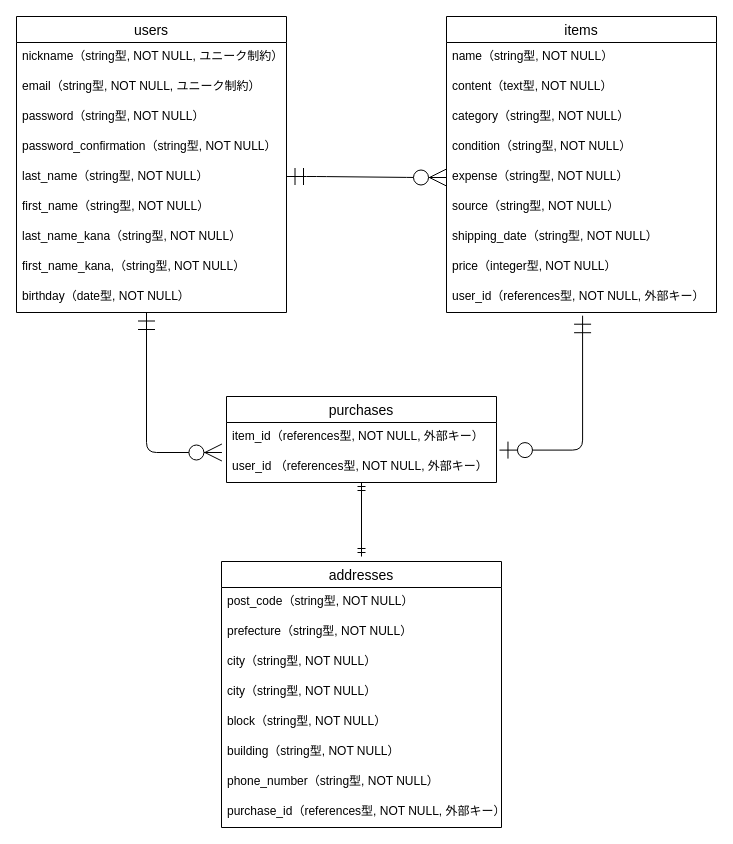
Before: ER.dio in Kota-A-179/furima-41475, a draw.io diagram. Source tidied: cells renumbered, new cells numbered last; positions are measured from the earlier drawing's top-left corner, leaving out a move shared by most shapes. Both pictures are drawn from the tidied source at 100%, with x=0, y=0 at pixel (16, 16).
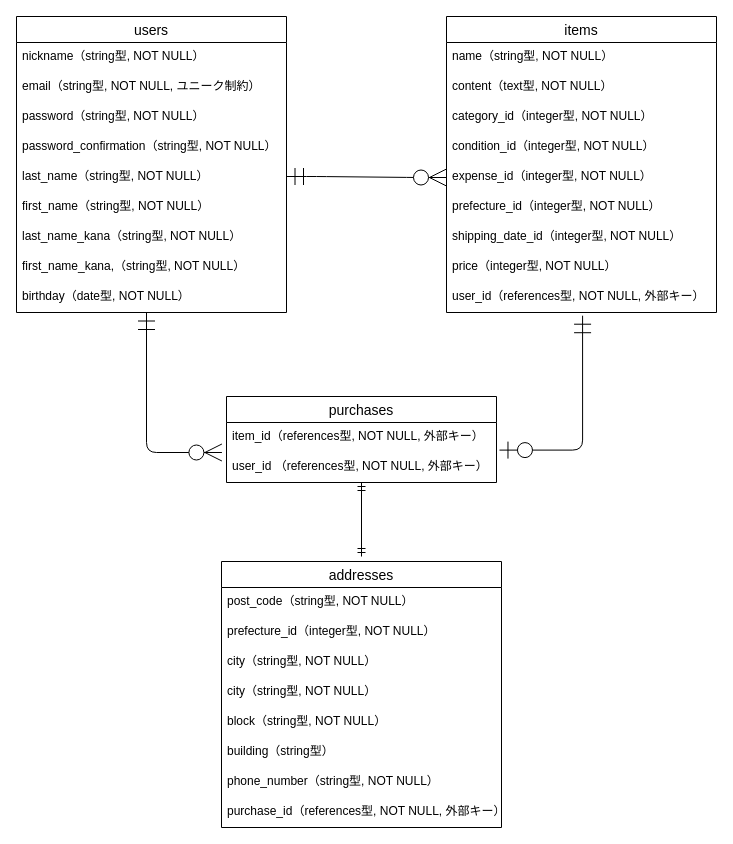
After the change.

Unchanged cells that the change refers to:
```xml
<mxCell id="2" value="users" style="swimlane;fontStyle=0;horizontal=1;startSize=26;align=center;fontSize=14;" parent="1" vertex="1">
  <mxGeometry width="270" height="296" as="geometry" />
</mxCell>
<mxCell id="13" value="items" style="swimlane;fontStyle=0;horizontal=1;startSize=26;align=center;fontSize=14;" parent="1" vertex="1">
  <mxGeometry x="430" width="270" height="296" as="geometry" />
</mxCell>
<mxCell id="23" value="addresses" style="swimlane;fontStyle=0;horizontal=1;startSize=26;align=center;fontSize=14;" parent="1" vertex="1">
  <mxGeometry x="205" y="545" width="280" height="266" as="geometry" />
</mxCell>
```

The edit, as a diff of the source:
```diff
@@
-    <mxCell id="3" value="nickname（string型, NOT NULL, ユニーク制約）" style="text;strokeColor=none;fillColor=none;spacingLeft=4;spacingRight=4;overflow=hidden;fontSize=12;" parent="2" vertex="1">
+    <mxCell id="3" value="nickname（string型, NOT NULL）" style="text;strokeColor=none;fillColor=none;spacingLeft=4;spacingRight=4;overflow=hidden;fontSize=12;" parent="2" vertex="1">
       <mxGeometry y="26" width="270" height="30" as="geometry" />
     </mxCell>
@@
-    <mxCell id="16" value="category（string型, NOT NULL）" style="text;strokeColor=none;fillColor=none;spacingLeft=4;spacingRight=4;overflow=hidden;fontSize=12;" parent="13" vertex="1">
+    <mxCell id="16" value="category_id（integer型, NOT NULL）" style="text;strokeColor=none;fillColor=none;spacingLeft=4;spacingRight=4;overflow=hidden;fontSize=12;" parent="13" vertex="1">
       <mxGeometry y="86" width="270" height="30" as="geometry" />
     </mxCell>
-    <mxCell id="17" value="condition（string型, NOT NULL）" style="text;strokeColor=none;fillColor=none;spacingLeft=4;spacingRight=4;overflow=hidden;fontSize=12;" parent="13" vertex="1">
+    <mxCell id="17" value="condition_id（integer型, NOT NULL）" style="text;strokeColor=none;fillColor=none;spacingLeft=4;spacingRight=4;overflow=hidden;fontSize=12;" parent="13" vertex="1">
       <mxGeometry y="116" width="270" height="30" as="geometry" />
     </mxCell>
-    <mxCell id="18" value="expense（string型, NOT NULL）" style="text;strokeColor=none;fillColor=none;spacingLeft=4;spacingRight=4;overflow=hidden;points=[[0,0.5],[1,0.5]];portConstraint=eastwest;fontSize=12;" parent="13" vertex="1">
+    <mxCell id="18" value="expense_id（integer型, NOT NULL）" style="text;strokeColor=none;fillColor=none;spacingLeft=4;spacingRight=4;overflow=hidden;points=[[0,0.5],[1,0.5]];portConstraint=eastwest;fontSize=12;" parent="13" vertex="1">
       <mxGeometry y="146" width="270" height="30" as="geometry" />
     </mxCell>
-    <mxCell id="19" value="source（string型, NOT NULL）" style="text;strokeColor=none;fillColor=none;spacingLeft=4;spacingRight=4;overflow=hidden;fontSize=12;" parent="13" vertex="1">
+    <mxCell id="19" value="prefecture_id（integer型, NOT NULL）" style="text;strokeColor=none;fillColor=none;spacingLeft=4;spacingRight=4;overflow=hidden;fontSize=12;" parent="13" vertex="1">
       <mxGeometry y="176" width="270" height="30" as="geometry" />
     </mxCell>
-    <mxCell id="20" value="shipping_date（string型, NOT NULL）" style="text;strokeColor=none;fillColor=none;spacingLeft=4;spacingRight=4;overflow=hidden;fontSize=12;" parent="13" vertex="1">
+    <mxCell id="20" value="shipping_date_id（integer型, NOT NULL）" style="text;strokeColor=none;fillColor=none;spacingLeft=4;spacingRight=4;overflow=hidden;fontSize=12;" parent="13" vertex="1">
       <mxGeometry y="206" width="270" height="30" as="geometry" />
     </mxCell>
@@
-    <mxCell id="25" value="prefecture（string型, NOT NULL）" style="text;strokeColor=none;fillColor=none;spacingLeft=4;spacingRight=4;overflow=hidden;fontSize=12;" parent="23" vertex="1">
+    <mxCell id="25" value="prefecture_id（integer型, NOT NULL）" style="text;strokeColor=none;fillColor=none;spacingLeft=4;spacingRight=4;overflow=hidden;fontSize=12;" parent="23" vertex="1">
       <mxGeometry y="56" width="280" height="30" as="geometry" />
     </mxCell>
@@
-    <mxCell id="29" value="building（string型, NOT NULL）" style="text;strokeColor=none;fillColor=none;spacingLeft=4;spacingRight=4;overflow=hidden;fontSize=12;" parent="23" vertex="1">
+    <mxCell id="29" value="building（string型）" style="text;strokeColor=none;fillColor=none;spacingLeft=4;spacingRight=4;overflow=hidden;fontSize=12;" parent="23" vertex="1">
       <mxGeometry y="176" width="280" height="30" as="geometry" />
     </mxCell>
```
